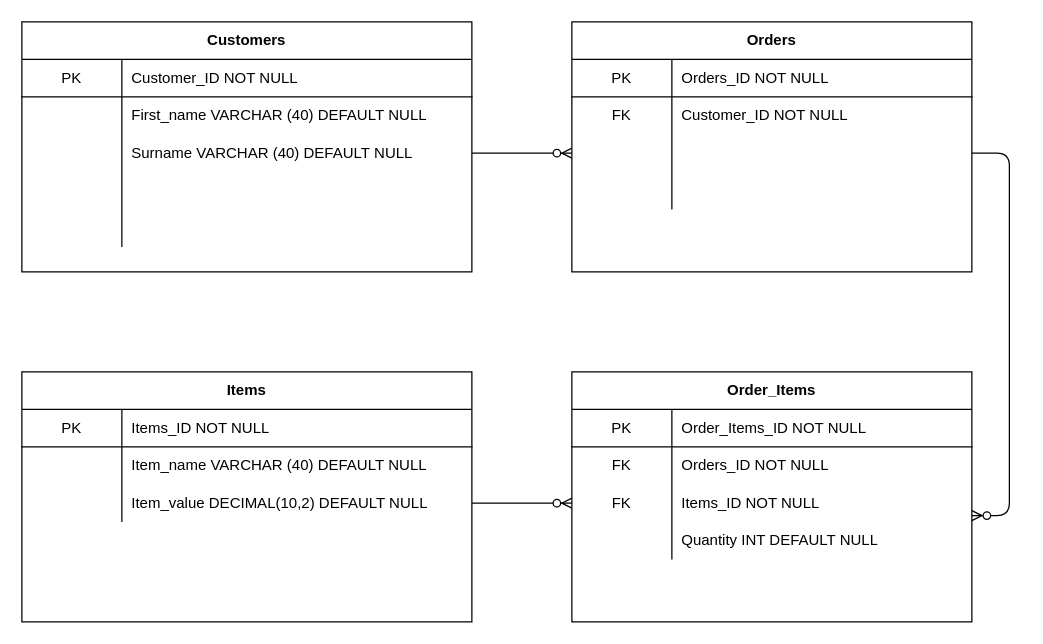
Before: Copy of Untitled Diagram.drawio in AWalker2112/IMS-Starter, a draw.io diagram. Source tidied: cells renumbered, new cells numbered last; positions are measured from the earlier drawing's top-left corner, leaving out a move shared by most shapes. Both pictures are drawn from the tidied source at 125%, with x=0, y=0 at pixel (21, 21).
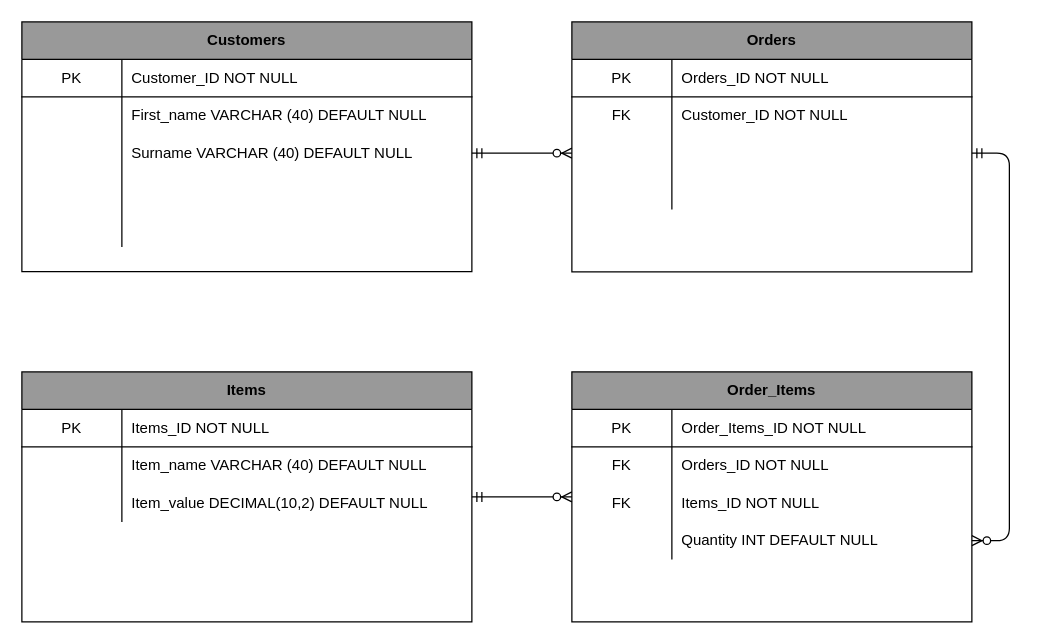
After the change.

The change refers to these unchanged cells:
```xml
<mxCell id="9" style="shape=partialRectangle;html=1;whiteSpace=wrap;fillColor=none;top=0;left=0;bottom=0;right=0;points=[[0,0.5],[1,0.5]];portConstraint=eastwest;" parent="2" vertex="1">
  <mxGeometry y="90" width="360" height="30" as="geometry" />
</mxCell>
<mxCell id="25" style="shape=partialRectangle;html=1;whiteSpace=wrap;fillColor=none;top=0;left=0;bottom=0;right=0;points=[[0,0.5],[1,0.5]];portConstraint=eastwest;" parent="18" vertex="1">
  <mxGeometry y="90" width="320" height="30" as="geometry" />
</mxCell>
<mxCell id="38" style="shape=partialRectangle;html=1;whiteSpace=wrap;fillColor=none;top=0;left=0;bottom=0;right=0;points=[[0,0.5],[1,0.5]];portConstraint=eastwest;" parent="31" vertex="1">
  <mxGeometry y="90" width="360" height="30" as="geometry" />
</mxCell>
<mxCell id="48" style="shape=partialRectangle;html=1;whiteSpace=wrap;fillColor=none;top=0;left=0;bottom=0;right=0;points=[[0,0.5],[1,0.5]];portConstraint=eastwest;" parent="41" vertex="1">
  <mxGeometry y="90" width="320" height="30" as="geometry" />
</mxCell>
<mxCell id="51" style="shape=partialRectangle;html=1;whiteSpace=wrap;fillColor=none;top=0;left=0;bottom=0;right=0;points=[[0,0.5],[1,0.5]];portConstraint=eastwest;" parent="41" vertex="1">
  <mxGeometry y="120" width="320" height="30" as="geometry" />
</mxCell>
```

What changed in the source:
```diff
@@
-    <mxCell id="2" value="Customers" style="shape=table;html=1;whiteSpace=wrap;startSize=30;childLayout=tableLayout;rowLines=0;fontStyle=1;align=center;" parent="1" vertex="1">
-      <mxGeometry width="360" height="200" as="geometry" />
+    <mxCell id="2" value="Customers" style="shape=table;html=1;whiteSpace=wrap;startSize=30;childLayout=tableLayout;rowLines=0;fontStyle=1;align=center;fillColor=#999999;" parent="1" vertex="1">
+      <mxGeometry width="360" height="199.8" as="geometry" />
     </mxCell>
@@
-    <mxCell id="18" value="Orders" style="shape=table;html=1;whiteSpace=wrap;startSize=30;childLayout=tableLayout;rowLines=0;fontStyle=1;align=center;" parent="1" vertex="1">
+    <mxCell id="18" value="Orders" style="shape=table;html=1;whiteSpace=wrap;startSize=30;childLayout=tableLayout;rowLines=0;fontStyle=1;align=center;fillColor=#999999;" parent="1" vertex="1">
       <mxGeometry x="440" width="320" height="200" as="geometry" />
     </mxCell>
@@
-    <mxCell id="31" value="Items" style="shape=table;html=1;whiteSpace=wrap;startSize=30;childLayout=tableLayout;rowLines=0;fontStyle=1;align=center;" parent="1" vertex="1">
+    <mxCell id="31" value="Items" style="shape=table;html=1;whiteSpace=wrap;startSize=30;childLayout=tableLayout;rowLines=0;fontStyle=1;align=center;fillColor=#999999;" parent="1" vertex="1">
       <mxGeometry y="280" width="360" height="200" as="geometry" />
     </mxCell>
@@
-    <mxCell id="41" value="Order_Items" style="shape=table;html=1;whiteSpace=wrap;startSize=30;childLayout=tableLayout;rowLines=0;fontStyle=1;align=center;" parent="1" vertex="1">
+    <mxCell id="41" value="Order_Items" style="shape=table;html=1;whiteSpace=wrap;startSize=30;childLayout=tableLayout;rowLines=0;fontStyle=1;align=center;fillColor=#999999;" parent="1" vertex="1">
       <mxGeometry x="440" y="280" width="320" height="200" as="geometry" />
     </mxCell>
@@
-    <mxCell id="54" style="edgeStyle=entityRelationEdgeStyle;fontSize=12;html=1;endArrow=ERzeroToMany;endFill=1;entryX=0;entryY=0.5;entryDx=0;entryDy=0;exitX=1;exitY=0.5;exitDx=0;exitDy=0;" parent="1" edge="1" source="9" target="25">
+    <mxCell id="54" style="edgeStyle=entityRelationEdgeStyle;fontSize=12;html=1;endArrow=ERzeroToMany;startArrow=ERmandOne;entryX=0;entryY=0.5;entryDx=0;entryDy=0;exitX=1;exitY=0.5;exitDx=0;exitDy=0;" parent="1" edge="1" source="9" target="25">
       <mxGeometry relative="1" as="geometry" />
     </mxCell>
-    <mxCell id="55" style="edgeStyle=entityRelationEdgeStyle;fontSize=12;html=1;endArrow=ERzeroToMany;endFill=1;entryX=0;entryY=0.5;entryDx=0;entryDy=0;exitX=1;exitY=0.5;exitDx=0;exitDy=0;" parent="1" edge="1" source="38" target="48">
-      <mxGeometry relative="1" as="geometry" />
-    </mxCell>
-    <mxCell id="56" style="edgeStyle=entityRelationEdgeStyle;fontSize=12;html=1;endArrow=ERzeroToMany;endFill=1;entryX=1;entryY=0.833;entryDx=0;entryDy=0;entryPerimeter=0;exitX=1;exitY=0.5;exitDx=0;exitDy=0;" parent="1" edge="1" source="25" target="48">
-      <mxGeometry relative="1" as="geometry" />
-    </mxCell>
+    <mxCell id="57" style="edgeStyle=entityRelationEdgeStyle;fontSize=12;html=1;endArrow=ERzeroToMany;startArrow=ERmandOne;entryX=1;entryY=0.5;entryDx=0;entryDy=0;exitX=1;exitY=0.5;exitDx=0;exitDy=0;" parent="1" edge="1" source="25" target="51">
+      <mxGeometry relative="1" as="geometry" />
+    </mxCell>
+    <mxCell id="58" style="edgeStyle=entityRelationEdgeStyle;fontSize=12;html=1;endArrow=ERzeroToMany;startArrow=ERmandOne;entryX=0;entryY=0.5;entryDx=0;entryDy=0;exitX=1;exitY=0.5;exitDx=0;exitDy=0;" parent="1" edge="1">
+      <mxGeometry relative="1" as="geometry">
+        <mxPoint x="360" y="380" as="sourcePoint" />
+        <mxPoint x="440" y="380" as="targetPoint" />
+      </mxGeometry>
+    </mxCell>
```
